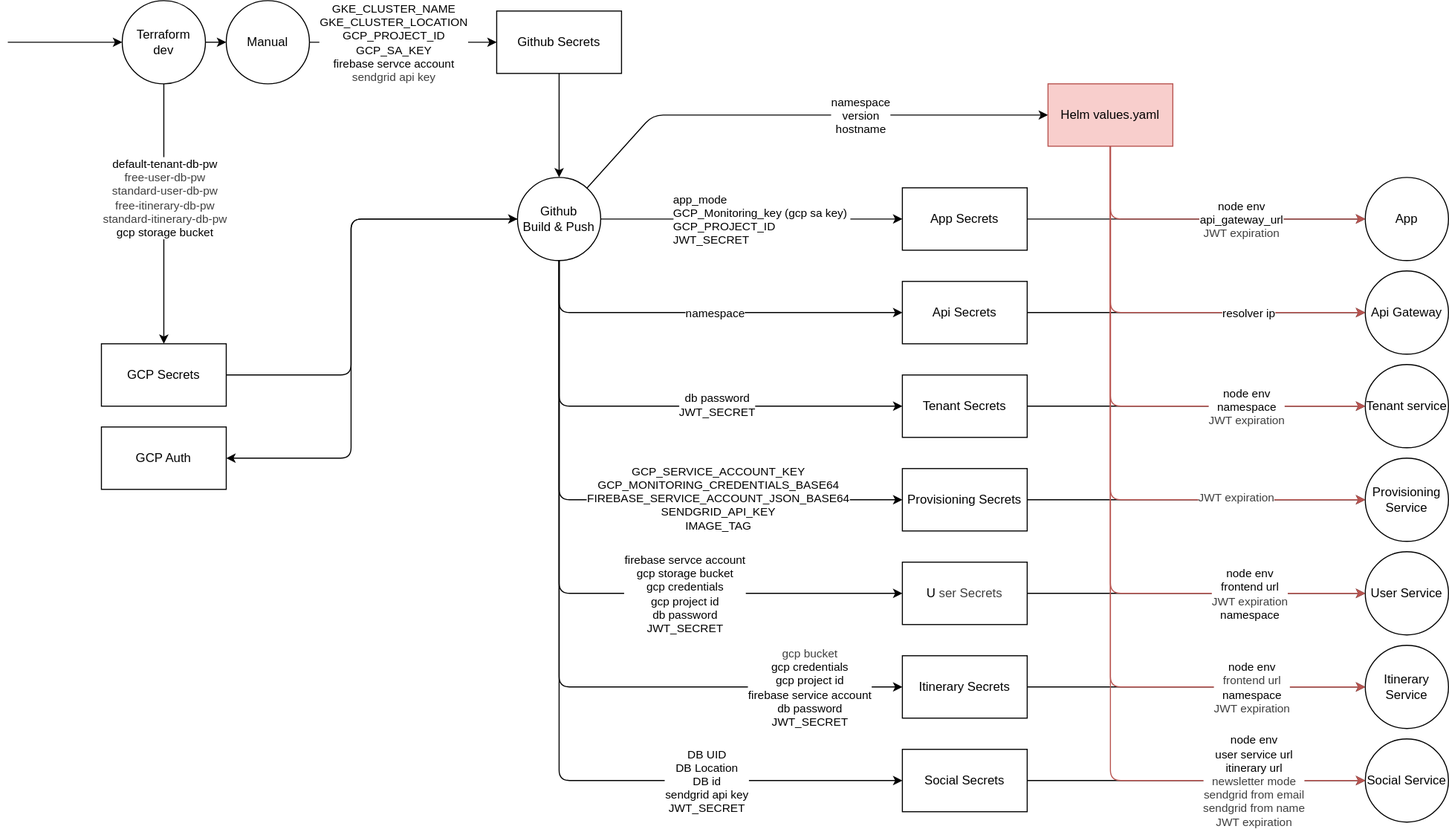
CloudAppDevProject/CloudAppDev keeps this draw.io diagram as docs/dataflow_diagram.drawio.svg. Above is the earlier version. Source tidied: cells renumbered, new cells last; positions are measured from the earlier drawing's top-left corner, leaving out a move shared by most shapes.
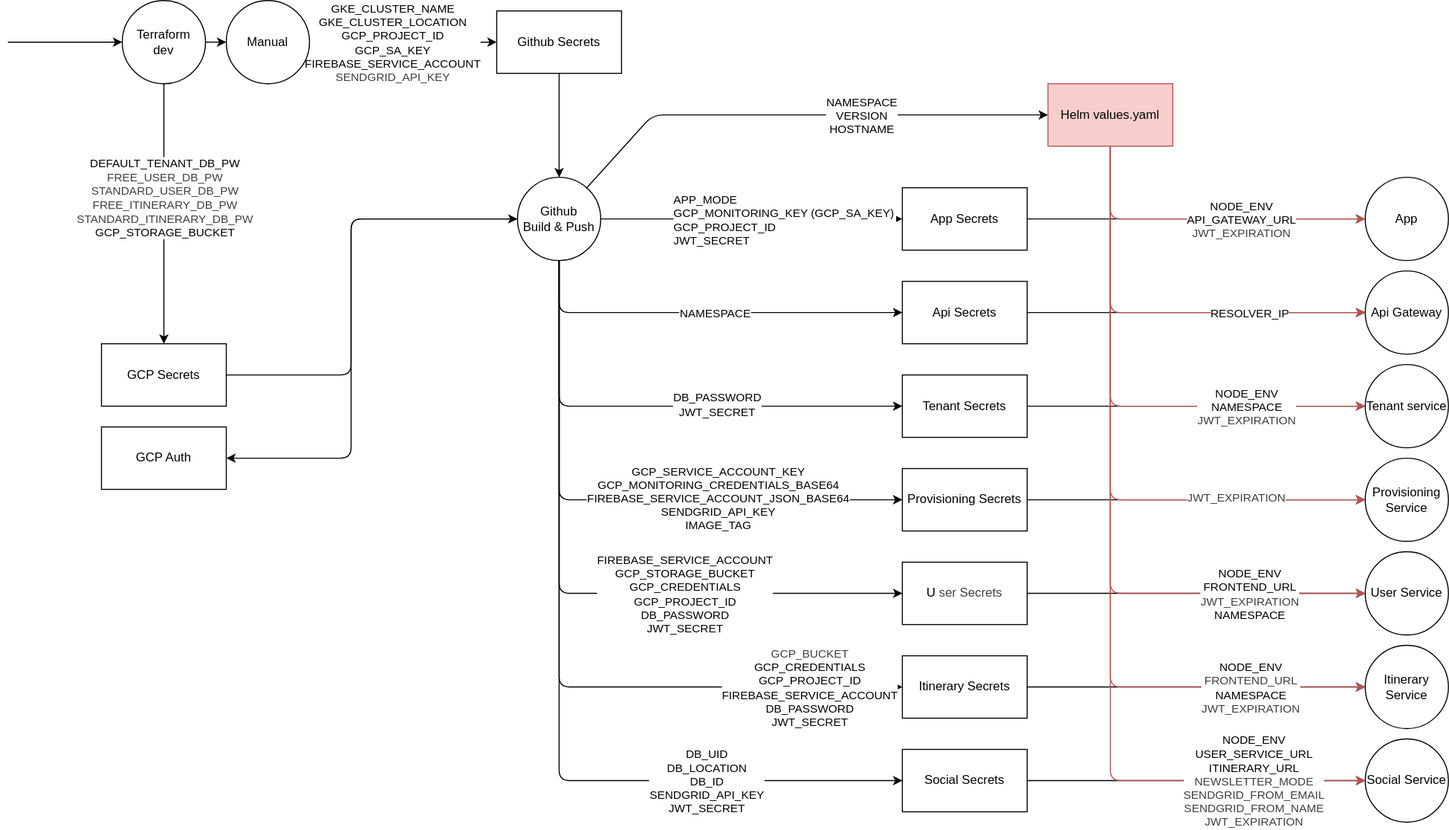
Later version of the same file.

The edit, as a diff of the source:
```diff
@@ -1,4 +1,4 @@
-<mxGraphModel>
+<mxGraphModel background="#ffffff">
   <root>
     <mxCell id="0" />
     <mxCell id="1" parent="0" />
@@ -26,7 +26,7 @@
     <mxCell id="9" style="edgeStyle=none;html=1;" parent="1" edge="1" source="12" target="39">
       <mxGeometry relative="1" as="geometry" />
     </mxCell>
-    <mxCell id="10" value="default-tenant-db-pw&lt;div&gt;&lt;span style=&quot;color: rgb(63, 63, 63);&quot;&gt;free-user-db-pw&lt;br&gt;&lt;/span&gt;&lt;span style=&quot;color: rgb(63, 63, 63);&quot;&gt;standard-user-db-pw&lt;/span&gt;&lt;span style=&quot;color: rgb(63, 63, 63);&quot;&gt;&lt;/span&gt;&lt;/div&gt;&lt;div&gt;&lt;span style=&quot;color: rgb(63, 63, 63);&quot;&gt;free-itinerary-db-pw&lt;br&gt;&lt;/span&gt;&lt;span style=&quot;color: rgb(63, 63, 63);&quot;&gt;standard-itinerary-db-pw&lt;br&gt;&lt;span style=&quot;color: rgb(0, 0, 0);&quot;&gt;gcp storage bucket&lt;/span&gt;&lt;/span&gt;&lt;span style=&quot;color: rgb(63, 63, 63);&quot;&gt;&lt;/span&gt;&lt;span style=&quot;color: rgb(63, 63, 63);&quot;&gt;&lt;/span&gt;&lt;/div&gt;" style="edgeLabel;html=1;align=center;verticalAlign=middle;" parent="9" vertex="1">
+    <mxCell id="10" value="DEFAULT_TENANT_DB_PW&lt;div&gt;&lt;span style=&quot;color: rgb(63, 63, 63);&quot;&gt;FREE_USER_DB_PW&lt;br&gt;&lt;/span&gt;&lt;span style=&quot;color: rgb(63, 63, 63);&quot;&gt;STANDARD_USER_DB_PW&lt;/span&gt;&lt;span style=&quot;color: rgb(63, 63, 63);&quot;&gt;&lt;/span&gt;&lt;/div&gt;&lt;div&gt;&lt;span style=&quot;color: rgb(63, 63, 63);&quot;&gt;FREE_ITINERARY_DB_PW&lt;br&gt;&lt;/span&gt;&lt;span style=&quot;color: rgb(63, 63, 63);&quot;&gt;STANDARD_ITINERARY_DB_PW&lt;br&gt;&lt;span style=&quot;color: rgb(0, 0, 0);&quot;&gt;GCP_STORAGE_BUCKET&lt;/span&gt;&lt;/span&gt;&lt;span style=&quot;color: rgb(63, 63, 63);&quot;&gt;&lt;/span&gt;&lt;span style=&quot;color: rgb(63, 63, 63);&quot;&gt;&lt;/span&gt;&lt;/div&gt;" style="edgeLabel;html=1;align=center;verticalAlign=middle;" parent="9" vertex="1">
       <mxGeometry x="-0.13" relative="1" as="geometry" />
     </mxCell>
     <mxCell id="11" style="edgeStyle=none;html=1;startArrow=classic;startFill=1;endArrow=none;endFill=0;" parent="1" edge="1" source="12">
@@ -40,7 +40,7 @@
     <mxCell id="13" style="edgeStyle=none;html=1;" parent="1" edge="1" source="30" target="41">
       <mxGeometry relative="1" as="geometry" />
     </mxCell>
-    <mxCell id="14" value="app_mode&#10;GCP_Monitoring_key (gcp sa key)&#10;GCP_PROJECT_ID&#10;JWT_SECRET" style="edgeLabel;align=left;verticalAlign=middle;labelPosition=center;verticalLabelPosition=middle;spacing=0;textShadow=0;textDirection=ltr;horizontal=1;" parent="13" vertex="1">
+    <mxCell id="14" value="APP_MODE&#10;GCP_MONITORING_KEY (GCP_SA_KEY)&#10;GCP_PROJECT_ID&#10;JWT_SECRET" style="edgeLabel;align=left;verticalAlign=middle;labelPosition=center;verticalLabelPosition=middle;spacing=0;textShadow=0;textDirection=ltr;horizontal=1;" parent="13" vertex="1">
       <mxGeometry relative="1" as="geometry">
         <mxPoint x="-75" as="offset" />
       </mxGeometry>
@@ -52,7 +52,7 @@
         </Array>
       </mxGeometry>
     </mxCell>
-    <mxCell id="16" value="&lt;div&gt;namespace&lt;/div&gt;" style="edgeLabel;html=1;align=center;verticalAlign=middle;" parent="15" vertex="1">
+    <mxCell id="16" value="&lt;div&gt;NAMESPACE&lt;/div&gt;" style="edgeLabel;html=1;align=center;verticalAlign=middle;" parent="15" vertex="1">
       <mxGeometry x="0.02" y="3" relative="1" as="geometry">
         <mxPoint x="6" y="3" as="offset" />
       </mxGeometry>
@@ -64,7 +64,7 @@
         </Array>
       </mxGeometry>
     </mxCell>
-    <mxCell id="18" value="&lt;div&gt;&lt;span style=&quot;background-color: light-dark(#ffffff, var(--ge-dark-color, #121212));&quot;&gt;db password&lt;br&gt;&lt;/span&gt;&lt;span style=&quot;color: rgb(0, 0, 0); text-align: left;&quot;&gt;JWT_SECRET&lt;/span&gt;&lt;span style=&quot;background-color: light-dark(#ffffff, var(--ge-dark-color, #121212));&quot;&gt;&lt;/span&gt;&lt;/div&gt;" style="edgeLabel;html=1;align=center;verticalAlign=middle;" parent="17" vertex="1">
+    <mxCell id="18" value="&lt;div&gt;&lt;span style=&quot;background-color: light-dark(#ffffff, var(--ge-dark-color, #121212));&quot;&gt;DB_PASSWORD&lt;br&gt;&lt;/span&gt;&lt;span style=&quot;color: rgb(0, 0, 0); text-align: left;&quot;&gt;JWT_SECRET&lt;/span&gt;&lt;span style=&quot;background-color: light-dark(#ffffff, var(--ge-dark-color, #121212));&quot;&gt;&lt;/span&gt;&lt;/div&gt;" style="edgeLabel;html=1;align=center;verticalAlign=middle;" parent="17" vertex="1">
       <mxGeometry x="0.24" y="2" relative="1" as="geometry" />
     </mxCell>
     <mxCell id="19" style="edgeStyle=none;html=1;" parent="1" edge="1" source="30" target="43">
@@ -84,7 +84,7 @@
         </Array>
       </mxGeometry>
     </mxCell>
-    <mxCell id="22" value="&lt;div&gt;&lt;font style=&quot;color: rgb(0, 0, 0);&quot;&gt;firebase servce account&lt;/font&gt;&lt;/div&gt;&lt;div&gt;&lt;font style=&quot;color: rgb(0, 0, 0);&quot;&gt;gcp storage bucket&lt;/font&gt;&lt;/div&gt;&lt;div&gt;&lt;font style=&quot;color: rgb(0, 0, 0);&quot;&gt;gcp credentials&lt;/font&gt;&lt;/div&gt;&lt;div&gt;&lt;font style=&quot;color: rgb(0, 0, 0);&quot;&gt;gcp project id&lt;/font&gt;&lt;/div&gt;&lt;div&gt;&lt;font style=&quot;color: rgb(0, 0, 0);&quot;&gt;db password&lt;br&gt;&lt;span style=&quot;color: rgb(0, 0, 0); text-align: left;&quot;&gt;JWT_SECRET&lt;/span&gt;&lt;/font&gt;&lt;/div&gt;" style="edgeLabel;html=1;align=center;verticalAlign=middle;" parent="21" vertex="1">
+    <mxCell id="22" value="&lt;div&gt;&lt;font style=&quot;color: rgb(0, 0, 0);&quot;&gt;FIREBASE_SERVICE_ACCOUNT&lt;/font&gt;&lt;/div&gt;&lt;div&gt;&lt;font style=&quot;color: rgb(0, 0, 0);&quot;&gt;GCP_STORAGE_BUCKET&lt;/font&gt;&lt;/div&gt;&lt;div&gt;&lt;font style=&quot;color: rgb(0, 0, 0);&quot;&gt;GCP_CREDENTIALS&lt;/font&gt;&lt;/div&gt;&lt;div&gt;&lt;font style=&quot;color: rgb(0, 0, 0);&quot;&gt;GCP_PROJECT_ID&lt;/font&gt;&lt;/div&gt;&lt;div&gt;&lt;font style=&quot;color: rgb(0, 0, 0);&quot;&gt;DB_PASSWORD&lt;br&gt;&lt;span style=&quot;color: rgb(0, 0, 0); text-align: left;&quot;&gt;JWT_SECRET&lt;/span&gt;&lt;/font&gt;&lt;/div&gt;" style="edgeLabel;html=1;align=center;verticalAlign=middle;" parent="21" vertex="1">
       <mxGeometry x="0.39" relative="1" as="geometry">
         <mxPoint x="-11" as="offset" />
       </mxGeometry>
@@ -96,7 +96,7 @@
         </Array>
       </mxGeometry>
     </mxCell>
-    <mxCell id="24" value="&lt;div&gt;&lt;span style=&quot;color: rgb(63, 63, 63); background-color: light-dark(#ffffff, var(--ge-dark-color, #121212));&quot;&gt;gcp bucket&lt;/span&gt;&lt;/div&gt;&lt;div&gt;gcp credentials&lt;/div&gt;&lt;div&gt;gcp project id&lt;/div&gt;&lt;div&gt;firebase service account&lt;/div&gt;&lt;div&gt;&lt;div style=&quot;scrollbar-color: rgb(226, 226, 226) rgb(251, 251, 251);&quot;&gt;&lt;div style=&quot;scrollbar-color: rgb(226, 226, 226) rgb(251, 251, 251);&quot;&gt;&lt;span style=&quot;background-color: light-dark(#ffffff, var(--ge-dark-color, #121212));&quot;&gt;db password&lt;br&gt;&lt;/span&gt;&lt;span style=&quot;color: rgb(0, 0, 0); text-align: left;&quot;&gt;JWT_SECRET&lt;/span&gt;&lt;span style=&quot;background-color: light-dark(#ffffff, var(--ge-dark-color, #121212));&quot;&gt;&lt;/span&gt;&lt;/div&gt;&lt;/div&gt;&lt;/div&gt;" style="edgeLabel;html=1;align=center;verticalAlign=middle;" parent="23" vertex="1">
+    <mxCell id="24" value="&lt;div&gt;&lt;span style=&quot;color: rgb(63, 63, 63); background-color: light-dark(#ffffff, var(--ge-dark-color, #121212));&quot;&gt;GCP_BUCKET&lt;/span&gt;&lt;/div&gt;&lt;div&gt;GCP_CREDENTIALS&lt;/div&gt;&lt;div&gt;GCP_PROJECT_ID&lt;/div&gt;&lt;div&gt;FIREBASE_SERVICE_ACCOUNT&lt;/div&gt;&lt;div&gt;&lt;div style=&quot;scrollbar-color: rgb(226, 226, 226) rgb(251, 251, 251);&quot;&gt;&lt;div style=&quot;scrollbar-color: rgb(226, 226, 226) rgb(251, 251, 251);&quot;&gt;&lt;span style=&quot;background-color: light-dark(#ffffff, var(--ge-dark-color, #121212));&quot;&gt;DB_PASSWORD&lt;br&gt;&lt;/span&gt;&lt;span style=&quot;color: rgb(0, 0, 0); text-align: left;&quot;&gt;JWT_SECRET&lt;/span&gt;&lt;span style=&quot;background-color: light-dark(#ffffff, var(--ge-dark-color, #121212));&quot;&gt;&lt;/span&gt;&lt;/div&gt;&lt;/div&gt;&lt;/div&gt;" style="edgeLabel;html=1;align=center;verticalAlign=middle;" parent="23" vertex="1">
       <mxGeometry x="0.81" relative="1" as="geometry">
         <mxPoint x="-19" as="offset" />
       </mxGeometry>
@@ -108,7 +108,7 @@
         </Array>
       </mxGeometry>
     </mxCell>
-    <mxCell id="26" value="&lt;div&gt;DB UID&lt;br&gt;DB Location&lt;br&gt;DB id&lt;/div&gt;&lt;div&gt;sendgrid api key&lt;br&gt;&lt;span style=&quot;color: rgb(0, 0, 0); text-align: left;&quot;&gt;JWT_SECRET&lt;/span&gt;&lt;/div&gt;" style="edgeLabel;html=1;align=center;verticalAlign=middle;" parent="25" vertex="1">
+    <mxCell id="26" value="&lt;div&gt;DB_UID&lt;br&gt;DB_LOCATION&lt;br&gt;DB_ID&lt;/div&gt;&lt;div&gt;SENDGRID_API_KEY&lt;br&gt;&lt;span style=&quot;color: rgb(0, 0, 0); text-align: left;&quot;&gt;JWT_SECRET&lt;/span&gt;&lt;/div&gt;" style="edgeLabel;html=1;align=center;verticalAlign=middle;" parent="25" vertex="1">
       <mxGeometry x="0.46" y="-1" relative="1" as="geometry">
         <mxPoint x="36" y="-1" as="offset" />
       </mxGeometry>
@@ -128,7 +128,7 @@
         </Array>
       </mxGeometry>
     </mxCell>
-    <mxCell id="29" value="namespace&lt;br&gt;version&lt;br&gt;hostname" style="edgeLabel;html=1;align=center;verticalAlign=middle;" parent="28" vertex="1">
+    <mxCell id="29" value="NAMESPACE&lt;br&gt;VERSION&lt;br&gt;HOSTNAME" style="edgeLabel;html=1;align=center;verticalAlign=middle;" parent="28" vertex="1">
       <mxGeometry x="0.13" y="-1" relative="1" as="geometry">
         <mxPoint x="27" y="-1" as="offset" />
       </mxGeometry>
@@ -205,7 +205,7 @@
         </Array>
       </mxGeometry>
     </mxCell>
-    <mxCell id="51" value="&lt;div&gt;&lt;font color=&quot;#000000&quot;&gt;&lt;span style=&quot;color: rgb(63, 63, 63);&quot;&gt;&lt;span style=&quot;color: rgb(0, 0, 0);&quot;&gt;node env&lt;/span&gt;&lt;/span&gt;&lt;br&gt;user service url&lt;/font&gt;&lt;/div&gt;&lt;div&gt;&lt;font color=&quot;#000000&quot;&gt;itinerary url&lt;br&gt;&lt;span style=&quot;color: rgb(63, 63, 63);&quot;&gt;newsletter mode&lt;br&gt;&lt;div style=&quot;color: rgb(63, 63, 63); scrollbar-color: rgb(226, 226, 226) rgb(251, 251, 251);&quot;&gt;sendgrid from email&lt;/div&gt;&lt;div style=&quot;color: rgb(63, 63, 63); scrollbar-color: rgb(226, 226, 226) rgb(251, 251, 251);&quot;&gt;sendgrid from name&lt;br&gt;&lt;span style=&quot;color: rgb(63, 63, 63);&quot;&gt;JWT expiration&lt;/span&gt;&lt;/div&gt;&lt;/span&gt;&lt;/font&gt;&lt;/div&gt;" style="edgeLabel;html=1;align=center;verticalAlign=middle;" parent="50" vertex="1">
+    <mxCell id="51" value="&lt;div&gt;&lt;font color=&quot;#000000&quot;&gt;&lt;span style=&quot;color: rgb(63, 63, 63);&quot;&gt;&lt;span style=&quot;color: rgb(0, 0, 0);&quot;&gt;NODE_ENV&lt;/span&gt;&lt;/span&gt;&lt;br&gt;USER_SERVICE_URL&lt;/font&gt;&lt;/div&gt;&lt;div&gt;&lt;font color=&quot;#000000&quot;&gt;ITINERARY_URL&lt;br&gt;&lt;span style=&quot;color: rgb(63, 63, 63);&quot;&gt;NEWSLETTER_MODE&lt;br&gt;&lt;div style=&quot;color: rgb(63, 63, 63); scrollbar-color: rgb(226, 226, 226) rgb(251, 251, 251);&quot;&gt;SENDGRID_FROM_EMAIL&lt;/div&gt;&lt;div style=&quot;color: rgb(63, 63, 63); scrollbar-color: rgb(226, 226, 226) rgb(251, 251, 251);&quot;&gt;SENDGRID_FROM_NAME&lt;br&gt;&lt;span style=&quot;color: rgb(63, 63, 63);&quot;&gt;JWT_EXPIRATION&lt;/span&gt;&lt;/div&gt;&lt;/span&gt;&lt;/font&gt;&lt;/div&gt;" style="edgeLabel;html=1;align=center;verticalAlign=middle;" parent="50" vertex="1">
       <mxGeometry x="0.79" relative="1" as="geometry">
         <mxPoint x="-20" as="offset" />
       </mxGeometry>
@@ -217,7 +217,7 @@
         </Array>
       </mxGeometry>
     </mxCell>
-    <mxCell id="53" value="&lt;span style=&quot;color: rgb(0, 0, 0); text-align: left;&quot;&gt;&lt;span style=&quot;color: rgb(0, 0, 0);&quot;&gt;node env&lt;/span&gt;&lt;br&gt;&lt;/span&gt;&lt;div&gt;&lt;span style=&quot;color: rgb(0, 0, 0); text-align: left;&quot;&gt;&lt;span style=&quot;color: rgb(0, 0, 0);&quot;&gt;api_gateway_url&lt;br&gt;&lt;span style=&quot;color: rgb(63, 63, 63); text-align: center;&quot;&gt;JWT expiration&lt;/span&gt;&lt;/span&gt;&lt;/span&gt;&lt;/div&gt;" style="edgeLabel;html=1;align=center;verticalAlign=middle;rounded=0;strokeColor=#b85450;fontFamily=Helvetica;fontSize=11;fontColor=default;labelBackgroundColor=default;fillColor=#f8cecc;" parent="52" vertex="1">
+    <mxCell id="53" value="&lt;span style=&quot;color: rgb(0, 0, 0); text-align: left;&quot;&gt;&lt;span style=&quot;color: rgb(0, 0, 0);&quot;&gt;NODE_ENV&lt;/span&gt;&lt;br&gt;&lt;/span&gt;&lt;div&gt;&lt;span style=&quot;color: rgb(0, 0, 0); text-align: left;&quot;&gt;&lt;span style=&quot;color: rgb(0, 0, 0);&quot;&gt;API_GATEWAY_URL&lt;br&gt;&lt;span style=&quot;color: rgb(63, 63, 63); text-align: center;&quot;&gt;JWT_EXPIRATION&lt;/span&gt;&lt;/span&gt;&lt;/span&gt;&lt;/div&gt;" style="edgeLabel;html=1;align=center;verticalAlign=middle;rounded=0;strokeColor=#b85450;fontFamily=Helvetica;fontSize=11;fontColor=default;labelBackgroundColor=default;fillColor=#f8cecc;" parent="52" vertex="1">
       <mxGeometry x="0.06" y="2" relative="1" as="geometry">
         <mxPoint x="28" y="2" as="offset" />
       </mxGeometry>
@@ -229,7 +229,7 @@
         </Array>
       </mxGeometry>
     </mxCell>
-    <mxCell id="55" value="&lt;span style=&quot;color: rgb(0, 0, 0);&quot;&gt;resolver ip&lt;/span&gt;" style="edgeLabel;html=1;align=center;verticalAlign=middle;rounded=0;strokeColor=#b85450;fontFamily=Helvetica;fontSize=11;fontColor=default;labelBackgroundColor=default;fillColor=#f8cecc;" parent="54" vertex="1">
+    <mxCell id="55" value="&lt;span style=&quot;color: rgb(0, 0, 0);&quot;&gt;RESOLVER_IP&lt;/span&gt;" style="edgeLabel;html=1;align=center;verticalAlign=middle;rounded=0;strokeColor=#b85450;fontFamily=Helvetica;fontSize=11;fontColor=default;labelBackgroundColor=default;fillColor=#f8cecc;" parent="54" vertex="1">
       <mxGeometry x="0.5" y="-1" relative="1" as="geometry">
         <mxPoint x="-11" y="-1" as="offset" />
       </mxGeometry>
@@ -241,7 +241,7 @@
         </Array>
       </mxGeometry>
     </mxCell>
-    <mxCell id="57" value="&lt;span style=&quot;color: rgb(0, 0, 0);&quot;&gt;node env&lt;br&gt;namespace&lt;br&gt;&lt;span style=&quot;color: rgb(63, 63, 63);&quot;&gt;JWT expiration&lt;/span&gt;&lt;/span&gt;" style="edgeLabel;html=1;align=center;verticalAlign=middle;" parent="56" vertex="1">
+    <mxCell id="57" value="&lt;span style=&quot;color: rgb(0, 0, 0);&quot;&gt;NODE_ENV&lt;br&gt;NAMESPACE&lt;br&gt;&lt;span style=&quot;color: rgb(63, 63, 63);&quot;&gt;JWT_EXPIRATION&lt;/span&gt;&lt;/span&gt;" style="edgeLabel;html=1;align=center;verticalAlign=middle;" parent="56" vertex="1">
       <mxGeometry x="0.45" y="1" relative="1" as="geometry">
         <mxPoint x="22" y="1" as="offset" />
       </mxGeometry>
@@ -253,7 +253,7 @@
         </Array>
       </mxGeometry>
     </mxCell>
-    <mxCell id="59" value="&lt;span style=&quot;color: rgb(63, 63, 63);&quot;&gt;JWT expiration&lt;/span&gt;" style="edgeLabel;html=1;align=center;verticalAlign=middle;" parent="58" vertex="1">
+    <mxCell id="59" value="&lt;span style=&quot;color: rgb(63, 63, 63);&quot;&gt;JWT_EXPIRATION&lt;/span&gt;" style="edgeLabel;html=1;align=center;verticalAlign=middle;" parent="58" vertex="1">
       <mxGeometry x="0.57" y="3" relative="1" as="geometry" />
     </mxCell>
     <mxCell id="60" style="edgeStyle=none;shape=connector;rounded=1;html=1;strokeColor=#b85450;align=center;verticalAlign=middle;fontFamily=Helvetica;fontSize=11;fontColor=default;labelBackgroundColor=default;endArrow=classic;fillColor=#f8cecc;" parent="1" edge="1" source="64" target="35">
@@ -263,7 +263,7 @@
         </Array>
       </mxGeometry>
     </mxCell>
-    <mxCell id="61" value="&lt;span style=&quot;color: rgb(0, 0, 0);&quot;&gt;&lt;span style=&quot;color: rgb(0, 0, 0);&quot;&gt;node env&lt;/span&gt;&lt;br&gt;frontend url&lt;div style=&quot;color: rgb(63, 63, 63); scrollbar-color: rgb(226, 226, 226) rgb(251, 251, 251);&quot;&gt;&lt;span style=&quot;color: rgb(63, 63, 63); background-color: light-dark(#ffffff, var(--ge-dark-color, #121212));&quot;&gt;JWT expiration&lt;/span&gt;&lt;/div&gt;&lt;div style=&quot;color: rgb(63, 63, 63); scrollbar-color: rgb(226, 226, 226) rgb(251, 251, 251);&quot;&gt;&lt;font style=&quot;scrollbar-color: rgb(226, 226, 226) rgb(251, 251, 251);&quot;&gt;&lt;span style=&quot;color: rgb(0, 0, 0);&quot;&gt;namespace&lt;/span&gt;&lt;/font&gt;&lt;/div&gt;&lt;/span&gt;" style="edgeLabel;html=1;align=center;verticalAlign=middle;rounded=0;strokeColor=#b85450;fontFamily=Helvetica;fontSize=11;fontColor=default;labelBackgroundColor=default;fillColor=#f8cecc;" parent="60" vertex="1">
+    <mxCell id="61" value="&lt;span style=&quot;color: rgb(0, 0, 0);&quot;&gt;&lt;span style=&quot;color: rgb(0, 0, 0);&quot;&gt;NODE_ENV&lt;/span&gt;&lt;br&gt;FRONTEND_URL&lt;div style=&quot;color: rgb(63, 63, 63); scrollbar-color: rgb(226, 226, 226) rgb(251, 251, 251);&quot;&gt;&lt;span style=&quot;color: rgb(63, 63, 63); background-color: light-dark(#ffffff, var(--ge-dark-color, #121212));&quot;&gt;JWT_EXPIRATION&lt;/span&gt;&lt;/div&gt;&lt;div style=&quot;color: rgb(63, 63, 63); scrollbar-color: rgb(226, 226, 226) rgb(251, 251, 251);&quot;&gt;&lt;font style=&quot;scrollbar-color: rgb(226, 226, 226) rgb(251, 251, 251);&quot;&gt;&lt;span style=&quot;color: rgb(0, 0, 0);&quot;&gt;NAMESPACE&lt;/span&gt;&lt;/font&gt;&lt;/div&gt;&lt;/span&gt;" style="edgeLabel;html=1;align=center;verticalAlign=middle;rounded=0;strokeColor=#b85450;fontFamily=Helvetica;fontSize=11;fontColor=default;labelBackgroundColor=default;fillColor=#f8cecc;" parent="60" vertex="1">
       <mxGeometry x="0.55" y="2" relative="1" as="geometry">
         <mxPoint x="38" y="2" as="offset" />
       </mxGeometry>
@@ -275,7 +275,7 @@
         </Array>
       </mxGeometry>
     </mxCell>
-    <mxCell id="63" value="&lt;span style=&quot;color: rgb(63, 63, 63);&quot;&gt;&lt;span style=&quot;color: rgb(0, 0, 0);&quot;&gt;node env&lt;/span&gt;&lt;br&gt;frontend url&lt;br&gt;&lt;span style=&quot;color: rgb(0, 0, 0);&quot;&gt;namespace&lt;br&gt;&lt;span style=&quot;color: rgb(63, 63, 63);&quot;&gt;JWT expiration&lt;/span&gt;&lt;/span&gt;&lt;/span&gt;" style="edgeLabel;html=1;align=center;verticalAlign=middle;rounded=0;strokeColor=#b85450;fontFamily=Helvetica;fontSize=11;fontColor=default;labelBackgroundColor=default;fillColor=#f8cecc;" parent="62" vertex="1">
+    <mxCell id="63" value="&lt;span style=&quot;color: rgb(63, 63, 63);&quot;&gt;&lt;span style=&quot;color: rgb(0, 0, 0);&quot;&gt;NODE_ENV&lt;/span&gt;&lt;br&gt;FRONTEND_URL&lt;br&gt;&lt;span style=&quot;color: rgb(0, 0, 0);&quot;&gt;NAMESPACE&lt;br&gt;&lt;span style=&quot;color: rgb(63, 63, 63);&quot;&gt;JWT_EXPIRATION&lt;/span&gt;&lt;/span&gt;&lt;/span&gt;" style="edgeLabel;html=1;align=center;verticalAlign=middle;rounded=0;strokeColor=#b85450;fontFamily=Helvetica;fontSize=11;fontColor=default;labelBackgroundColor=default;fillColor=#f8cecc;" parent="62" vertex="1">
       <mxGeometry x="0.69" y="1" relative="1" as="geometry">
         <mxPoint x="9" y="1" as="offset" />
       </mxGeometry>
@@ -289,7 +289,7 @@
     <mxCell id="66" style="edgeStyle=none;html=1;" parent="1" edge="1" source="12" target="68">
       <mxGeometry relative="1" as="geometry" />
     </mxCell>
-    <mxCell id="67" value="GKE_CLUSTER_NAME&lt;br&gt;GKE_CLUSTER_LOCATION&lt;br&gt;GCP_PROJECT_ID&lt;br&gt;GCP_SA_KEY&lt;br&gt;&lt;span style=&quot;color: rgb(0, 0, 0);&quot;&gt;firebase servce account&lt;br&gt;&lt;span style=&quot;color: rgb(63, 63, 63);&quot;&gt;sendgrid api key&lt;/span&gt;&lt;/span&gt;" style="edgeLabel;html=1;align=center;verticalAlign=middle;" parent="66" vertex="1">
+    <mxCell id="67" value="GKE_CLUSTER_NAME&lt;br&gt;GKE_CLUSTER_LOCATION&lt;br&gt;GCP_PROJECT_ID&lt;br&gt;GCP_SA_KEY&lt;br&gt;&lt;span style=&quot;color: rgb(0, 0, 0);&quot;&gt;FIREBASE_SERVICE_ACCOUNT&lt;br&gt;&lt;span style=&quot;color: rgb(63, 63, 63);&quot;&gt;SENDGRID_API_KEY&lt;/span&gt;&lt;/span&gt;" style="edgeLabel;html=1;align=center;verticalAlign=middle;" parent="66" vertex="1">
       <mxGeometry x="-0.45" y="1" relative="1" as="geometry">
         <mxPoint x="174" y="1" as="offset" />
       </mxGeometry>
```
